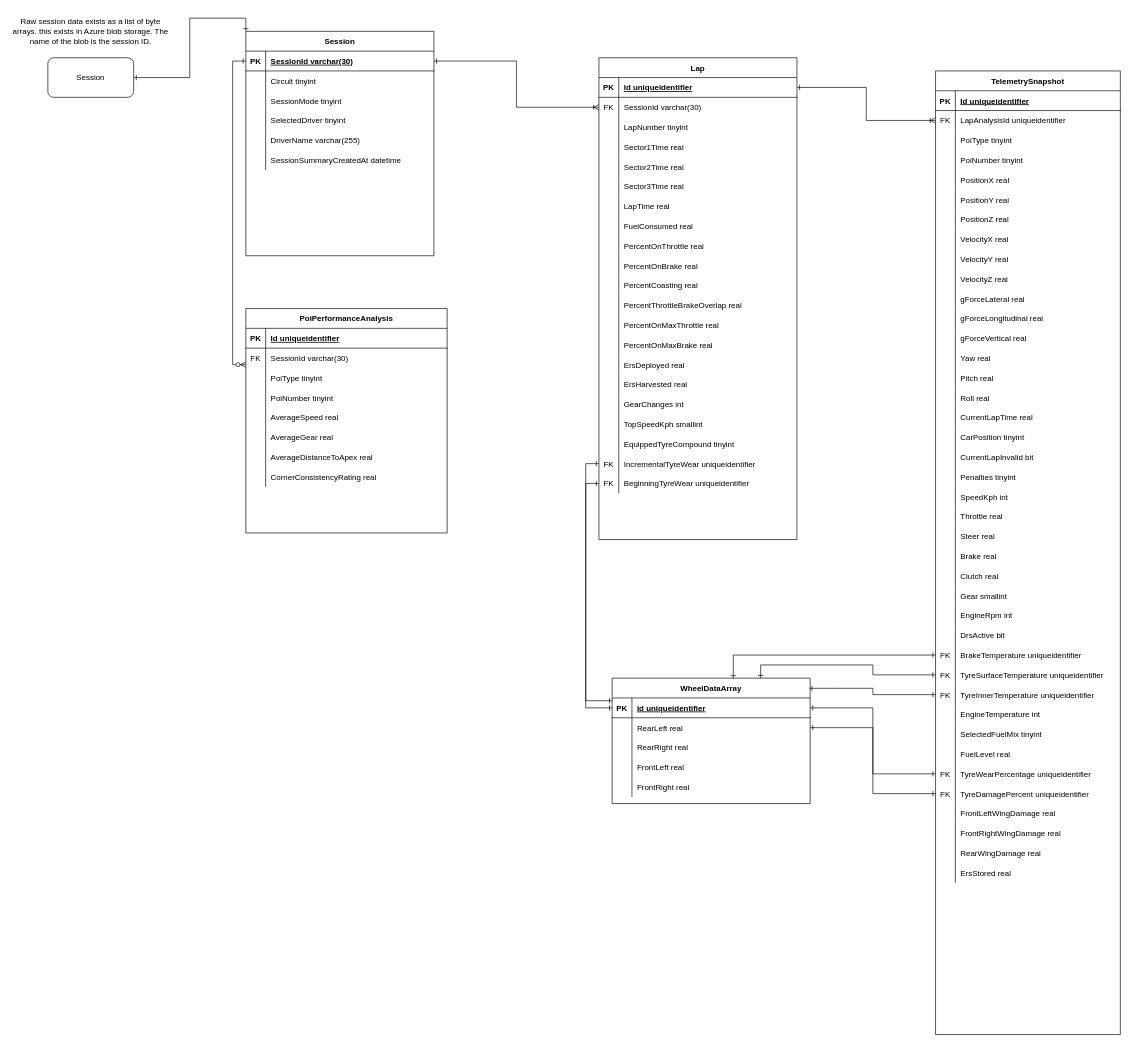
Earlier version of the draw.io diagram page "Sessions" (1 of 2) of Cloud Storage Maps/ApexVisualSqlErd.drawio (TimHanewich/ApexVisual.F1_2020). Source tidied: cells renumbered, new cells numbered last; positions are measured from the earlier drawing's top-left corner, leaving out a move shared by most shapes. Both pictures are drawn from the tidied source at 66%, with x=0, y=0 at pixel (11, 11).
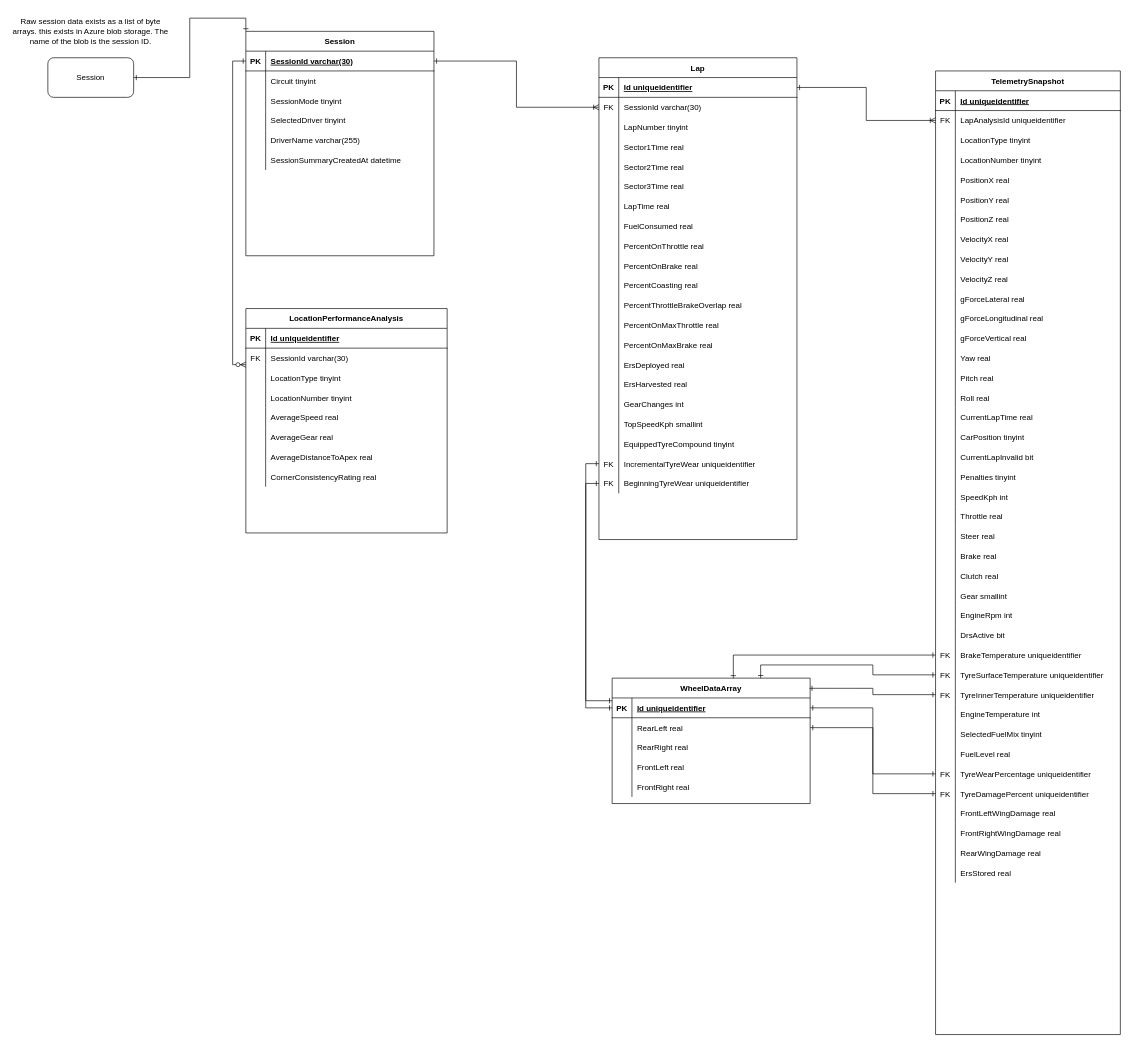
After the change.

Unchanged cells that the change refers to:
```xml
<mxCell id="9" style="shape=partialRectangle;fillColor=none;top=0;left=0;bottom=0;right=0;" parent="2" vertex="1">
  <mxGeometry y="90" width="280" height="30" as="geometry" />
</mxCell>
<mxCell id="12" style="shape=partialRectangle;fillColor=none;top=0;left=0;bottom=0;right=0;" parent="2" vertex="1">
  <mxGeometry y="120" width="280" height="30" as="geometry" />
</mxCell>
<mxCell id="152" style="shape=partialRectangle;fillColor=none;top=0;left=0;bottom=0;right=0;" parent="145" vertex="1">
  <mxGeometry y="90" width="305" height="30" as="geometry" />
</mxCell>
<mxCell id="155" style="shape=partialRectangle;fillColor=none;top=0;left=0;bottom=0;right=0;" parent="145" vertex="1">
  <mxGeometry y="120" width="305" height="30" as="geometry" />
</mxCell>
```

Change to the diagram source:
```diff
@@
-    <mxCell id="11" value="PoiType tinyint" style="shape=partialRectangle;fillColor=none;top=0;left=0;bottom=0;right=0;align=left;spacingLeft=6;overflow=hidden;" parent="9" vertex="1">
+    <mxCell id="11" value="LocationType tinyint" style="shape=partialRectangle;fillColor=none;top=0;left=0;bottom=0;right=0;align=left;spacingLeft=6;overflow=hidden;" parent="9" vertex="1">
       <mxGeometry x="30" width="250" height="30" as="geometry" />
     </mxCell>
@@
-    <mxCell id="14" value="PoiNumber tinyint" style="shape=partialRectangle;fillColor=none;top=0;left=0;bottom=0;right=0;align=left;spacingLeft=6;overflow=hidden;" parent="12" vertex="1">
+    <mxCell id="14" value="LocationNumber tinyint" style="shape=partialRectangle;fillColor=none;top=0;left=0;bottom=0;right=0;align=left;spacingLeft=6;overflow=hidden;" parent="12" vertex="1">
       <mxGeometry x="30" width="250" height="30" as="geometry" />
     </mxCell>
@@
-    <mxCell id="145" value="PoiPerformanceAnalysis" style="shape=table;startSize=30;childLayout=tableLayout;rowLines=0;fontStyle=1;align=center;" parent="1" vertex="1">
+    <mxCell id="145" value="LocationPerformanceAnalysis" style="shape=table;startSize=30;childLayout=tableLayout;rowLines=0;fontStyle=1;align=center;" parent="1" vertex="1">
       <mxGeometry x="355" y="450" width="305" height="340" as="geometry" />
     </mxCell>
@@
-    <mxCell id="154" value="PoiType tinyint" style="shape=partialRectangle;fillColor=none;top=0;left=0;bottom=0;right=0;align=left;spacingLeft=6;overflow=hidden;" parent="152" vertex="1">
+    <mxCell id="154" value="LocationType tinyint" style="shape=partialRectangle;fillColor=none;top=0;left=0;bottom=0;right=0;align=left;spacingLeft=6;overflow=hidden;" parent="152" vertex="1">
       <mxGeometry x="30" width="275" height="30" as="geometry" />
     </mxCell>
@@
-    <mxCell id="157" value="PoiNumber tinyint" style="shape=partialRectangle;fillColor=none;top=0;left=0;bottom=0;right=0;align=left;spacingLeft=6;overflow=hidden;" parent="155" vertex="1">
+    <mxCell id="157" value="LocationNumber tinyint" style="shape=partialRectangle;fillColor=none;top=0;left=0;bottom=0;right=0;align=left;spacingLeft=6;overflow=hidden;" parent="155" vertex="1">
       <mxGeometry x="30" width="275" height="30" as="geometry" />
     </mxCell>
```
